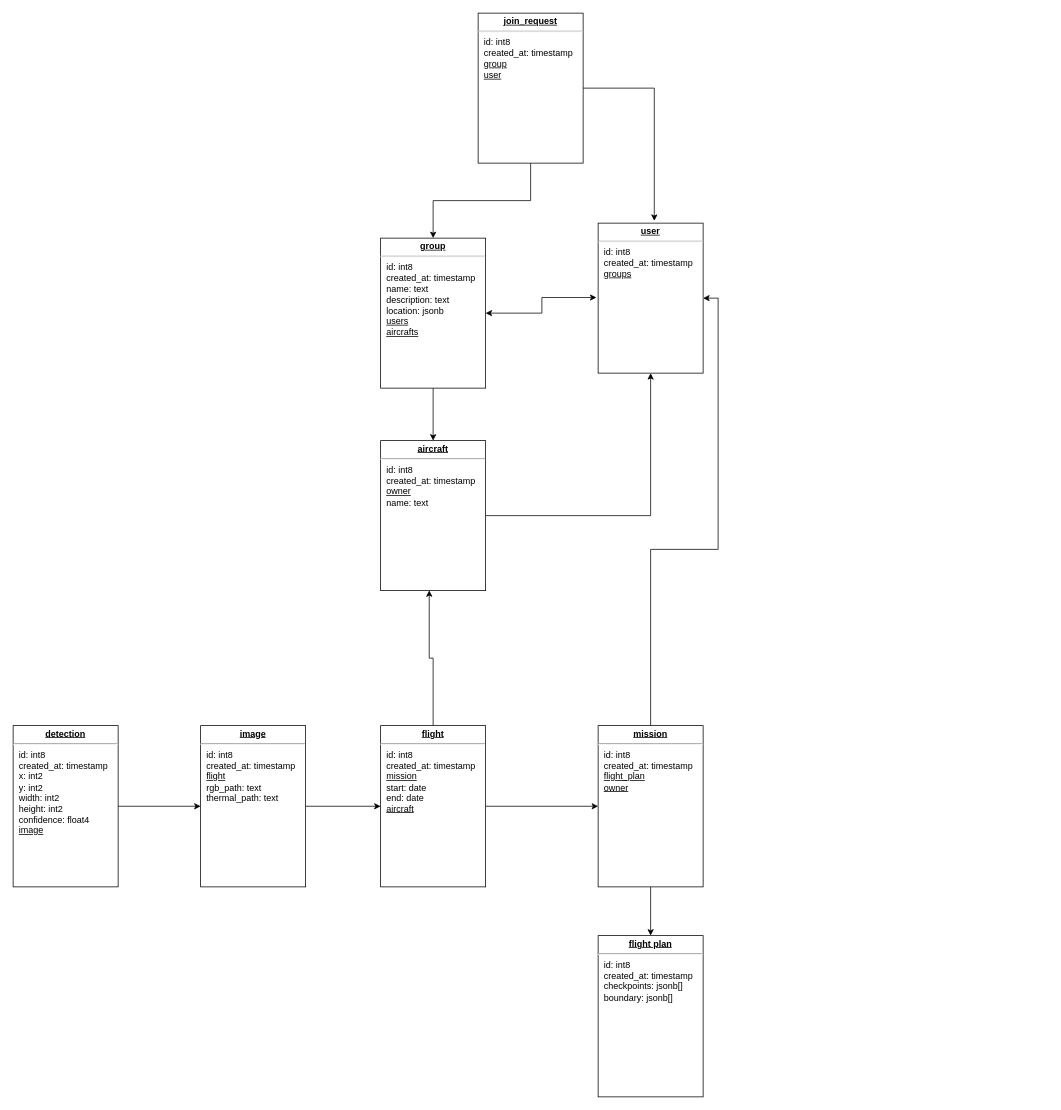
The draw.io diagram DatabaseSchema.drawio in FawnRescue/planning, before the edit. Source tidied: cells renumbered, new cells numbered last; positions are measured from the earlier drawing's top-left corner, leaving out a move shared by most shapes. Both pictures are drawn from the tidied source at 75%, with x=0, y=0 at pixel (13, 13).
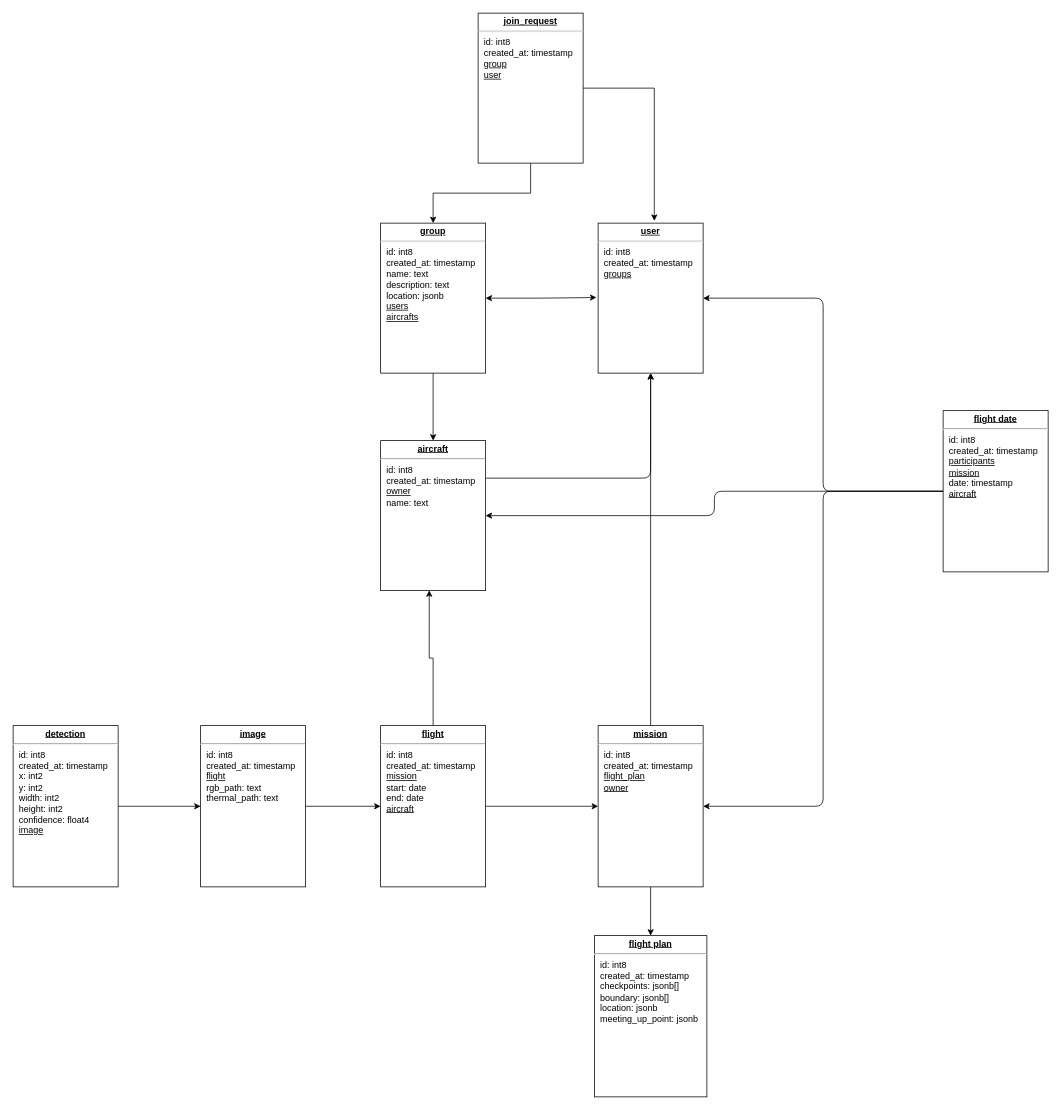
The same page after the edit.

The change refers to these unchanged cells:
```xml
<mxCell id="3" value="&lt;p style=&quot;margin: 0px ; margin-top: 4px ; text-align: center ; text-decoration: underline&quot;&gt;&lt;b&gt;aircraft&lt;/b&gt;&lt;/p&gt;&lt;hr&gt;&lt;p style=&quot;margin: 0px ; margin-left: 8px&quot;&gt;id: int8&lt;/p&gt;&lt;p style=&quot;margin: 0px ; margin-left: 8px&quot;&gt;created_at: timestamp&lt;br&gt;&lt;/p&gt;&lt;p style=&quot;margin: 0px ; margin-left: 8px&quot;&gt;&lt;u&gt;owner&lt;/u&gt;&lt;/p&gt;&lt;p style=&quot;margin: 0px ; margin-left: 8px&quot;&gt;name: text&lt;/p&gt;&lt;p style=&quot;margin: 0px ; margin-left: 8px&quot;&gt;&lt;br&gt;&lt;/p&gt;" style="verticalAlign=top;align=left;overflow=fill;fontSize=12;fontFamily=Helvetica;html=1;rounded=0;shadow=0;comic=0;labelBackgroundColor=none;strokeWidth=1;" parent="1" vertex="1">
  <mxGeometry x="490" y="570" width="140" height="200" as="geometry" />
</mxCell>
<mxCell id="14" value="&lt;p style=&quot;margin: 0px ; margin-top: 4px ; text-align: center ; text-decoration: underline&quot;&gt;&lt;b&gt;mission&lt;/b&gt;&lt;/p&gt;&lt;hr&gt;&lt;p style=&quot;border-color: var(--border-color); margin: 0px 0px 0px 8px;&quot;&gt;id: int8&lt;/p&gt;&lt;p style=&quot;border-color: var(--border-color); margin: 0px 0px 0px 8px;&quot;&gt;created_at: timestamp&lt;/p&gt;&lt;p style=&quot;border-color: var(--border-color); margin: 0px 0px 0px 8px;&quot;&gt;&lt;u&gt;flight_plan&lt;/u&gt;&lt;/p&gt;&lt;p style=&quot;border-color: var(--border-color); margin: 0px 0px 0px 8px;&quot;&gt;&lt;u&gt;owner&lt;/u&gt;&lt;/p&gt;&lt;p style=&quot;border-color: var(--border-color); margin: 0px 0px 0px 8px;&quot;&gt;&lt;br&gt;&lt;/p&gt;&lt;p style=&quot;border-color: var(--border-color); margin: 0px 0px 0px 8px;&quot;&gt;&lt;br&gt;&lt;/p&gt;&lt;p style=&quot;border-color: var(--border-color); margin: 0px 0px 0px 8px;&quot;&gt;&lt;br&gt;&lt;/p&gt;" style="verticalAlign=top;align=left;overflow=fill;fontSize=12;fontFamily=Helvetica;html=1;rounded=0;shadow=0;comic=0;labelBackgroundColor=none;strokeWidth=1;" parent="1" vertex="1">
  <mxGeometry x="780" y="950" width="140" height="215" as="geometry" />
</mxCell>
<mxCell id="15" value="&lt;p style=&quot;margin: 0px ; margin-top: 4px ; text-align: center ; text-decoration: underline&quot;&gt;&lt;b&gt;user&lt;/b&gt;&lt;/p&gt;&lt;hr&gt;&lt;p style=&quot;margin: 0px ; margin-left: 8px&quot;&gt;id: int8&lt;/p&gt;&lt;p style=&quot;margin: 0px ; margin-left: 8px&quot;&gt;created_at: timestamp&lt;br&gt;&lt;/p&gt;&lt;p style=&quot;margin: 0px ; margin-left: 8px&quot;&gt;&lt;u&gt;groups&lt;/u&gt;&lt;/p&gt;" style="verticalAlign=top;align=left;overflow=fill;fontSize=12;fontFamily=Helvetica;html=1;rounded=0;shadow=0;comic=0;labelBackgroundColor=none;strokeWidth=1;" parent="1" vertex="1">
  <mxGeometry x="780" y="280" width="140" height="200" as="geometry" />
</mxCell>
```

Diff of the diagram source:
```diff
@@
-    <mxCell id="2" style="edgeStyle=orthogonalEdgeStyle;rounded=0;jettySize=auto;html=1;entryX=0.5;entryY=1;entryDx=0;entryDy=0;" parent="1" edge="1" source="3" target="15">
+    <mxCell id="2" style="edgeStyle=orthogonalEdgeStyle;shape=connector;rounded=1;jettySize=auto;html=1;exitX=1;exitY=0.25;exitDx=0;exitDy=0;entryX=0.5;entryY=1;entryDx=0;entryDy=0;labelBackgroundColor=default;strokeColor=default;align=center;verticalAlign=middle;fontFamily=Helvetica;fontSize=11;fontColor=default;endArrow=classic;" parent="1" edge="1" source="3" target="15">
       <mxGeometry relative="1" as="geometry" />
     </mxCell>
@@
-    <mxCell id="11" value="&lt;p style=&quot;margin: 0px ; margin-top: 4px ; text-align: center ; text-decoration: underline&quot;&gt;&lt;b&gt;flight plan&lt;/b&gt;&lt;/p&gt;&lt;hr&gt;&lt;p style=&quot;border-color: var(--border-color); margin: 0px 0px 0px 8px;&quot;&gt;id: int8&lt;/p&gt;&lt;p style=&quot;border-color: var(--border-color); margin: 0px 0px 0px 8px;&quot;&gt;created_at: timestamp&lt;/p&gt;&lt;p style=&quot;border-color: var(--border-color); margin: 0px 0px 0px 8px;&quot;&gt;checkpoints: jsonb[]&lt;/p&gt;&lt;p style=&quot;border-color: var(--border-color); margin: 0px 0px 0px 8px;&quot;&gt;boundary: jsonb[]&lt;/p&gt;&lt;p style=&quot;border-color: var(--border-color); margin: 0px 0px 0px 8px;&quot;&gt;&lt;br&gt;&lt;/p&gt;&lt;p style=&quot;border-color: var(--border-color); margin: 0px 0px 0px 8px;&quot;&gt;&lt;br&gt;&lt;/p&gt;&lt;p style=&quot;border-color: var(--border-color); margin: 0px 0px 0px 8px;&quot;&gt;&lt;br&gt;&lt;/p&gt;" style="verticalAlign=top;align=left;overflow=fill;fontSize=12;fontFamily=Helvetica;html=1;rounded=0;shadow=0;comic=0;labelBackgroundColor=none;strokeWidth=1;" parent="1" vertex="1">
-      <mxGeometry x="780" y="1230" width="140" height="215" as="geometry" />
+    <mxCell id="11" value="&lt;p style=&quot;margin: 0px ; margin-top: 4px ; text-align: center ; text-decoration: underline&quot;&gt;&lt;b&gt;flight plan&lt;/b&gt;&lt;/p&gt;&lt;hr&gt;&lt;p style=&quot;border-color: var(--border-color); margin: 0px 0px 0px 8px;&quot;&gt;id: int8&lt;/p&gt;&lt;p style=&quot;border-color: var(--border-color); margin: 0px 0px 0px 8px;&quot;&gt;created_at: timestamp&lt;/p&gt;&lt;p style=&quot;border-color: var(--border-color); margin: 0px 0px 0px 8px;&quot;&gt;checkpoints: jsonb[]&lt;/p&gt;&lt;p style=&quot;border-color: var(--border-color); margin: 0px 0px 0px 8px;&quot;&gt;boundary: jsonb[]&lt;/p&gt;&lt;p style=&quot;border-color: var(--border-color); margin: 0px 0px 0px 8px;&quot;&gt;location: jsonb&lt;/p&gt;&lt;p style=&quot;border-color: var(--border-color); margin: 0px 0px 0px 8px;&quot;&gt;meeting_up_point: jsonb&lt;/p&gt;&lt;p style=&quot;border-color: var(--border-color); margin: 0px 0px 0px 8px;&quot;&gt;&lt;br&gt;&lt;/p&gt;" style="verticalAlign=top;align=left;overflow=fill;fontSize=12;fontFamily=Helvetica;html=1;rounded=0;shadow=0;comic=0;labelBackgroundColor=none;strokeWidth=1;" parent="1" vertex="1">
+      <mxGeometry x="775" y="1230" width="150" height="215" as="geometry" />
     </mxCell>
@@
-    <mxCell id="13" style="edgeStyle=orthogonalEdgeStyle;rounded=0;jettySize=auto;html=1;entryX=1;entryY=0.5;entryDx=0;entryDy=0;" parent="1" edge="1" source="14" target="15">
+    <mxCell id="13" style="edgeStyle=orthogonalEdgeStyle;shape=connector;rounded=1;jettySize=auto;html=1;entryX=0.5;entryY=1;entryDx=0;entryDy=0;labelBackgroundColor=default;strokeColor=default;align=center;verticalAlign=middle;fontFamily=Helvetica;fontSize=11;fontColor=default;endArrow=classic;" parent="1" edge="1" source="14" target="15">
       <mxGeometry relative="1" as="geometry" />
     </mxCell>
@@
     <mxCell id="17" value="&lt;p style=&quot;margin: 0px ; margin-top: 4px ; text-align: center ; text-decoration: underline&quot;&gt;&lt;b&gt;group&lt;/b&gt;&lt;/p&gt;&lt;hr&gt;&lt;p style=&quot;margin: 0px ; margin-left: 8px&quot;&gt;id: int8&lt;/p&gt;&lt;p style=&quot;margin: 0px ; margin-left: 8px&quot;&gt;created_at: timestamp&lt;br&gt;&lt;/p&gt;&lt;p style=&quot;margin: 0px ; margin-left: 8px&quot;&gt;name: text&lt;/p&gt;&lt;p style=&quot;margin: 0px ; margin-left: 8px&quot;&gt;description: text&lt;/p&gt;&lt;p style=&quot;margin: 0px ; margin-left: 8px&quot;&gt;location: jsonb&lt;/p&gt;&lt;p style=&quot;margin: 0px ; margin-left: 8px&quot;&gt;&lt;u&gt;users&lt;/u&gt;&lt;/p&gt;&lt;p style=&quot;margin: 0px ; margin-left: 8px&quot;&gt;&lt;u&gt;aircrafts&lt;/u&gt;&lt;/p&gt;" style="verticalAlign=top;align=left;overflow=fill;fontSize=12;fontFamily=Helvetica;html=1;rounded=0;shadow=0;comic=0;labelBackgroundColor=none;strokeWidth=1;" parent="1" vertex="1">
-      <mxGeometry x="490" y="300" width="140" height="200" as="geometry" />
+      <mxGeometry x="490" y="280" width="140" height="200" as="geometry" />
     </mxCell>
@@
+    <mxCell id="22" style="edgeStyle=orthogonalEdgeStyle;shape=connector;rounded=1;jettySize=auto;html=1;entryX=1;entryY=0.5;entryDx=0;entryDy=0;labelBackgroundColor=default;strokeColor=default;align=center;verticalAlign=middle;fontFamily=Helvetica;fontSize=11;fontColor=default;endArrow=classic;" parent="1" edge="1" source="25" target="15">
+      <mxGeometry relative="1" as="geometry" />
+    </mxCell>
+    <mxCell id="23" style="edgeStyle=orthogonalEdgeStyle;shape=connector;rounded=1;jettySize=auto;html=1;entryX=1;entryY=0.5;entryDx=0;entryDy=0;labelBackgroundColor=default;strokeColor=default;align=center;verticalAlign=middle;fontFamily=Helvetica;fontSize=11;fontColor=default;endArrow=classic;" parent="1" edge="1" source="25" target="14">
+      <mxGeometry relative="1" as="geometry" />
+    </mxCell>
+    <mxCell id="24" style="edgeStyle=orthogonalEdgeStyle;shape=connector;rounded=1;jettySize=auto;html=1;entryX=1;entryY=0.5;entryDx=0;entryDy=0;labelBackgroundColor=default;strokeColor=default;align=center;verticalAlign=middle;fontFamily=Helvetica;fontSize=11;fontColor=default;endArrow=classic;" parent="1" edge="1" source="25" target="3">
+      <mxGeometry relative="1" as="geometry" />
+    </mxCell>
+    <mxCell id="25" value="&lt;p style=&quot;margin: 0px ; margin-top: 4px ; text-align: center ; text-decoration: underline&quot;&gt;&lt;b&gt;flight date&lt;/b&gt;&lt;/p&gt;&lt;hr&gt;&lt;p style=&quot;border-color: var(--border-color); margin: 0px 0px 0px 8px;&quot;&gt;id: int8&lt;/p&gt;&lt;p style=&quot;border-color: var(--border-color); margin: 0px 0px 0px 8px;&quot;&gt;created_at: timestamp&lt;/p&gt;&lt;p style=&quot;border-color: var(--border-color); margin: 0px 0px 0px 8px;&quot;&gt;&lt;u&gt;participants&lt;/u&gt;&lt;/p&gt;&lt;p style=&quot;border-color: var(--border-color); margin: 0px 0px 0px 8px;&quot;&gt;&lt;u style=&quot;background-color: initial;&quot;&gt;mission&lt;/u&gt;&lt;br&gt;&lt;/p&gt;&lt;p style=&quot;border-color: var(--border-color); margin: 0px 0px 0px 8px;&quot;&gt;&lt;span style=&quot;background-color: initial;&quot;&gt;date: timestamp&lt;/span&gt;&lt;/p&gt;&lt;p style=&quot;border-color: var(--border-color); margin: 0px 0px 0px 8px;&quot;&gt;&lt;span style=&quot;background-color: initial;&quot;&gt;&lt;u&gt;aircraft&lt;/u&gt;&lt;/span&gt;&lt;/p&gt;&lt;p style=&quot;border-color: var(--border-color); margin: 0px 0px 0px 8px;&quot;&gt;&lt;br&gt;&lt;/p&gt;" style="verticalAlign=top;align=left;overflow=fill;fontSize=12;fontFamily=Helvetica;html=1;rounded=0;shadow=0;comic=0;labelBackgroundColor=none;strokeWidth=1;" parent="1" vertex="1">
+      <mxGeometry x="1240" y="530" width="140" height="215" as="geometry" />
+    </mxCell>
```
